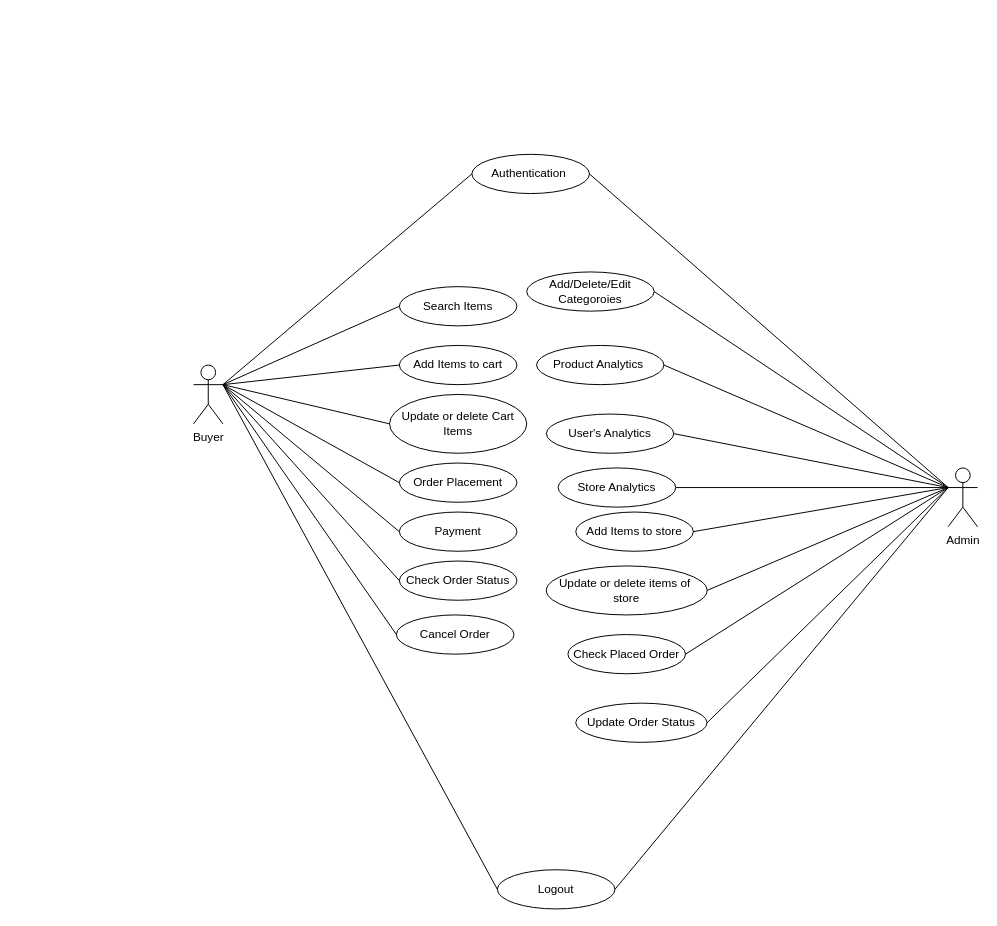
This is diagram/Use Case Diagram.drawio from Dhiraj275/ecommerce-srs, a draw.io file, before an edit. Source tidied: cells renumbered, new cells numbered last; positions are measured from the earlier drawing's top-left corner, leaving out a move shared by most shapes. Both pictures are drawn from the tidied source at 98%, with x=0, y=0 at pixel (193, 154).
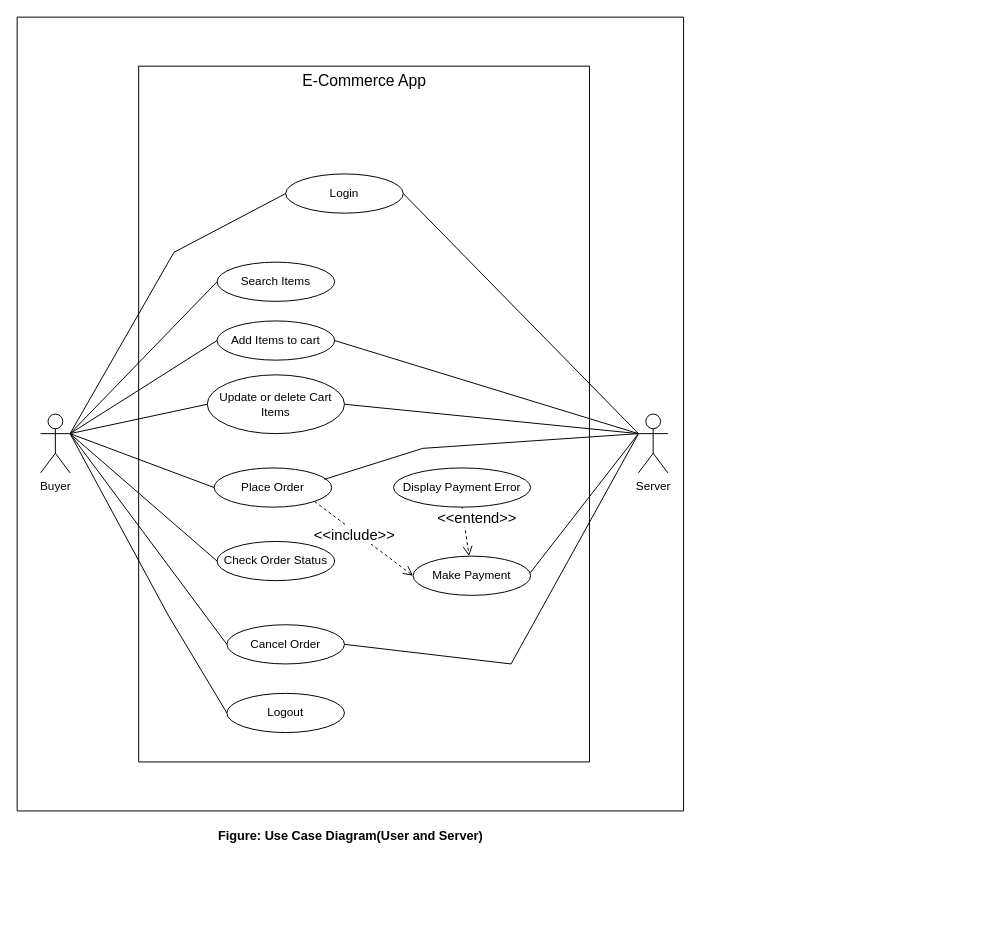
The same diagram, later.

What changed in the source:
```diff
@@
-    <mxCell id="2" value="Buyer" style="shape=umlActor;verticalLabelPosition=bottom;verticalAlign=top;html=1;outlineConnect=0;" parent="1" vertex="1">
-      <mxGeometry y="215" width="30" height="60" as="geometry" />
-    </mxCell>
+    <mxCell id="40" style="swimlane;startSize=0;fontSize=11;" parent="1" vertex="1">
+      <mxGeometry x="-180" y="-140" width="680" height="810" as="geometry" />
+    </mxCell>
+    <mxCell id="41" style="swimlane;startSize=0;" parent="40" vertex="1">
+      <mxGeometry x="124" y="50" width="460" height="710" as="geometry" />
+    </mxCell>
-    <mxCell id="3" value="Add Items to cart" style="ellipse;whiteSpace=wrap;html=1;" parent="1" vertex="1">
-      <mxGeometry x="210" y="195" width="120" height="40" as="geometry" />
+    <mxCell id="3" value="Add Items to cart" style="ellipse;whiteSpace=wrap;html=1;" parent="41" vertex="1">
+      <mxGeometry x="80" y="260" width="120" height="40" as="geometry" />
     </mxCell>
-    <mxCell id="4" value="Update or delete Cart&lt;br&gt;Items" style="ellipse;whiteSpace=wrap;html=1;" parent="1" vertex="1">
-      <mxGeometry x="200" y="245" width="140" height="60" as="geometry" />
+    <mxCell id="4" value="Update or delete Cart&lt;br&gt;Items" style="ellipse;whiteSpace=wrap;html=1;" parent="41" vertex="1">
+      <mxGeometry x="70" y="315" width="140" height="60" as="geometry" />
     </mxCell>
-    <mxCell id="5" value="Order Placement" style="ellipse;whiteSpace=wrap;html=1;" parent="1" vertex="1">
-      <mxGeometry x="210" y="315" width="120" height="40" as="geometry" />
+    <mxCell id="5" value="Place Order" style="ellipse;whiteSpace=wrap;html=1;" parent="41" vertex="1">
+      <mxGeometry x="77" y="410" width="120" height="40" as="geometry" />
     </mxCell>
-    <mxCell id="6" value="Payment" style="ellipse;whiteSpace=wrap;html=1;" parent="1" vertex="1">
-      <mxGeometry x="210" y="365" width="120" height="40" as="geometry" />
+    <mxCell id="6" value="Make Payment" style="ellipse;whiteSpace=wrap;html=1;" parent="41" vertex="1">
+      <mxGeometry x="280" y="500" width="120" height="40" as="geometry" />
     </mxCell>
+    <mxCell id="18" value="Logout" style="ellipse;whiteSpace=wrap;html=1;" parent="41" vertex="1">
+      <mxGeometry x="90" y="640" width="120" height="40" as="geometry" />
+    </mxCell>
+    <mxCell id="20" value="Search Items" style="ellipse;whiteSpace=wrap;html=1;" parent="41" vertex="1">
+      <mxGeometry x="80" y="200" width="120" height="40" as="geometry" />
+    </mxCell>
+    <mxCell id="30" value="Check Order Status" style="ellipse;whiteSpace=wrap;html=1;" parent="41" vertex="1">
+      <mxGeometry x="80" y="485" width="120" height="40" as="geometry" />
+    </mxCell>
+    <mxCell id="33" value="Cancel Order" style="ellipse;whiteSpace=wrap;html=1;" parent="41" vertex="1">
+      <mxGeometry x="90" y="570" width="120" height="40" as="geometry" />
+    </mxCell>
+    <mxCell id="37" value="Login" style="ellipse;whiteSpace=wrap;html=1;" parent="41" vertex="1">
+      <mxGeometry x="150" y="110" width="120" height="40" as="geometry" />
+    </mxCell>
+    <mxCell id="42" value="&lt;font style=&quot;font-size: 16px;&quot;&gt;E-Commerce App&lt;/font&gt;" style="text;html=1;align=center;verticalAlign=middle;strokeColor=none;fillColor=none;" parent="41" vertex="1">
+      <mxGeometry x="155" width="150" height="30" as="geometry" />
+    </mxCell>
+    <mxCell id="43" value="&lt;font style=&quot;font-size: 15px;&quot;&gt;&amp;lt;&amp;lt;include&amp;gt;&amp;gt;&lt;/font&gt;" style="html=1;verticalAlign=bottom;endArrow=open;dashed=1;endSize=8;rounded=0;fontSize=16;exitX=1;exitY=1;exitDx=0;exitDy=0;entryX=0;entryY=0.5;entryDx=0;entryDy=0;" parent="41" edge="1" source="5" target="6">
+      <mxGeometry x="-0.04" y="-12" relative="1" as="geometry" />
+    </mxCell>
+    <mxCell id="44" value="Display Payment Error" style="ellipse;whiteSpace=wrap;html=1;" parent="41" vertex="1">
+      <mxGeometry x="260" y="410" width="140" height="40" as="geometry" />
+    </mxCell>
+    <mxCell id="45" value="&lt;font style=&quot;font-size: 15px;&quot;&gt;&amp;lt;&amp;lt;entend&amp;gt;&amp;gt;&lt;/font&gt;" style="html=1;verticalAlign=bottom;endArrow=open;dashed=1;endSize=8;rounded=0;fontSize=16;exitX=0.5;exitY=1;exitDx=0;exitDy=0;" parent="41" edge="1" source="44" target="6">
+      <mxGeometry y="12" relative="1" as="geometry" />
+    </mxCell>
+    <mxCell id="46" style="endArrow=none;html=1;rounded=0;fontSize=15;entryX=1;entryY=0.5;entryDx=0;entryDy=0;exitX=0;exitY=0.3333333333333333;exitDx=0;exitDy=0;exitPerimeter=0;" parent="40" edge="1" source="52" target="37">
+      <mxGeometry relative="1" as="geometry" />
+    </mxCell>
+    <mxCell id="47" style="endArrow=none;html=1;rounded=0;fontSize=15;entryX=0.938;entryY=0.29;entryDx=0;entryDy=0;entryPerimeter=0;exitX=0;exitY=0.3333333333333333;exitDx=0;exitDy=0;exitPerimeter=0;" parent="40" edge="1" source="52" target="5">
+      <mxGeometry relative="1" as="geometry">
+        <Array as="points">
+          <mxPoint x="414" y="440" />
+        </Array>
+      </mxGeometry>
+    </mxCell>
+    <mxCell id="48" style="endArrow=none;html=1;rounded=0;fontSize=15;entryX=0.997;entryY=0.422;entryDx=0;entryDy=0;exitX=0;exitY=0.3333333333333333;exitDx=0;exitDy=0;exitPerimeter=0;entryPerimeter=0;" parent="40" edge="1" source="52" target="6">
+      <mxGeometry relative="1" as="geometry" />
+    </mxCell>
+    <mxCell id="49" style="endArrow=none;html=1;rounded=0;fontSize=15;entryX=1;entryY=0.5;entryDx=0;entryDy=0;exitX=0;exitY=0.3333333333333333;exitDx=0;exitDy=0;exitPerimeter=0;" parent="40" edge="1" source="52" target="4">
+      <mxGeometry relative="1" as="geometry" />
+    </mxCell>
+    <mxCell id="50" style="endArrow=none;html=1;rounded=0;fontSize=15;entryX=1;entryY=0.5;entryDx=0;entryDy=0;exitX=0;exitY=0.3333333333333333;exitDx=0;exitDy=0;exitPerimeter=0;" parent="40" edge="1" source="52" target="3">
+      <mxGeometry relative="1" as="geometry" />
+    </mxCell>
+    <mxCell id="51" style="endArrow=none;html=1;rounded=0;fontSize=15;entryX=1;entryY=0.5;entryDx=0;entryDy=0;exitX=0;exitY=0.3333333333333333;exitDx=0;exitDy=0;exitPerimeter=0;" parent="40" edge="1" source="52" target="33">
+      <mxGeometry relative="1" as="geometry">
+        <Array as="points">
+          <mxPoint x="504" y="660" />
+        </Array>
+      </mxGeometry>
+    </mxCell>
+    <mxCell id="52" value="Server" style="shape=umlActor;verticalLabelPosition=bottom;verticalAlign=top;html=1;outlineConnect=0;" parent="40" vertex="1">
+      <mxGeometry x="634" y="405" width="30" height="60" as="geometry" />
+    </mxCell>
+    <mxCell id="2" value="Buyer" style="shape=umlActor;verticalLabelPosition=bottom;verticalAlign=top;html=1;outlineConnect=0;" parent="40" vertex="1">
+      <mxGeometry x="24" y="405" width="30" height="60" as="geometry" />
+    </mxCell>
+    <mxCell id="38" style="endArrow=none;html=1;rounded=0;entryX=0;entryY=0.5;entryDx=0;entryDy=0;exitX=1;exitY=0.3333333333333333;exitDx=0;exitDy=0;exitPerimeter=0;" parent="40" edge="1" source="2" target="37">
+      <mxGeometry relative="1" as="geometry">
+        <Array as="points">
+          <mxPoint x="160" y="240" />
+        </Array>
+      </mxGeometry>
+    </mxCell>
-    <mxCell id="7" style="endArrow=none;html=1;rounded=0;entryX=0;entryY=0.5;entryDx=0;entryDy=0;exitX=1;exitY=0.3333333333333333;exitDx=0;exitDy=0;exitPerimeter=0;" parent="1" edge="1" source="2" target="3">
+    <mxCell id="7" style="endArrow=none;html=1;rounded=0;entryX=0;entryY=0.5;entryDx=0;entryDy=0;exitX=1;exitY=0.3333333333333333;exitDx=0;exitDy=0;exitPerimeter=0;" parent="40" edge="1" source="2" target="3">
       <mxGeometry relative="1" as="geometry" />
     </mxCell>
-    <mxCell id="8" style="endArrow=none;html=1;rounded=0;entryX=0;entryY=0.5;entryDx=0;entryDy=0;exitX=1;exitY=0.3333333333333333;exitDx=0;exitDy=0;exitPerimeter=0;" parent="1" edge="1" source="2" target="4">
+    <mxCell id="8" style="endArrow=none;html=1;rounded=0;entryX=0;entryY=0.5;entryDx=0;entryDy=0;exitX=1;exitY=0.3333333333333333;exitDx=0;exitDy=0;exitPerimeter=0;" parent="40" edge="1" source="2" target="4">
       <mxGeometry relative="1" as="geometry" />
     </mxCell>
-    <mxCell id="9" style="endArrow=none;html=1;rounded=0;entryX=0;entryY=0.5;entryDx=0;entryDy=0;exitX=1;exitY=0.3333333333333333;exitDx=0;exitDy=0;exitPerimeter=0;" parent="1" edge="1" source="2" target="5">
+    <mxCell id="9" style="endArrow=none;html=1;rounded=0;entryX=0;entryY=0.5;entryDx=0;entryDy=0;exitX=1;exitY=0.3333333333333333;exitDx=0;exitDy=0;exitPerimeter=0;" parent="40" edge="1" source="2" target="5">
       <mxGeometry relative="1" as="geometry" />
     </mxCell>
-    <mxCell id="10" style="endArrow=none;html=1;rounded=0;entryX=0;entryY=0.5;entryDx=0;entryDy=0;exitX=1;exitY=0.3333333333333333;exitDx=0;exitDy=0;exitPerimeter=0;" parent="1" edge="1" source="2" target="6">
-      <mxGeometry relative="1" as="geometry" />
-    </mxCell>
-    <mxCell id="11" value="Add Items to store" style="ellipse;whiteSpace=wrap;html=1;" parent="1" vertex="1">
-      <mxGeometry x="390" y="365" width="120" height="40" as="geometry" />
-    </mxCell>
-    <mxCell id="12" value="Update or delete items of&amp;nbsp; store" style="ellipse;whiteSpace=wrap;html=1;" parent="1" vertex="1">
-      <mxGeometry x="360" y="420" width="164" height="50" as="geometry" />
-    </mxCell>
-    <mxCell id="13" value="Check Placed Order" style="ellipse;whiteSpace=wrap;html=1;" parent="1" vertex="1">
-      <mxGeometry x="382" y="490" width="120" height="40" as="geometry" />
-    </mxCell>
-    <mxCell id="14" value="Update Order Status" style="ellipse;whiteSpace=wrap;html=1;" parent="1" vertex="1">
-      <mxGeometry x="390" y="560" width="134" height="40" as="geometry" />
-    </mxCell>
-    <mxCell id="15" style="endArrow=none;html=1;rounded=0;entryX=1;entryY=0.5;entryDx=0;entryDy=0;exitX=0;exitY=0.3333333333333333;exitDx=0;exitDy=0;exitPerimeter=0;" parent="1" edge="1" source="24" target="11">
-      <mxGeometry relative="1" as="geometry" />
-    </mxCell>
-    <mxCell id="16" style="endArrow=none;html=1;rounded=0;exitX=0;exitY=0.3333333333333333;exitDx=0;exitDy=0;exitPerimeter=0;entryX=1;entryY=0.5;entryDx=0;entryDy=0;" parent="1" edge="1" source="24" target="12">
-      <mxGeometry relative="1" as="geometry" />
-    </mxCell>
-    <mxCell id="17" style="endArrow=none;html=1;rounded=0;entryX=1;entryY=0.5;entryDx=0;entryDy=0;exitX=0;exitY=0.3333333333333333;exitDx=0;exitDy=0;exitPerimeter=0;" parent="1" edge="1" source="24" target="13">
-      <mxGeometry relative="1" as="geometry" />
-    </mxCell>
-    <mxCell id="18" value="Logout" style="ellipse;whiteSpace=wrap;html=1;" parent="1" vertex="1">
-      <mxGeometry x="310" y="730" width="120" height="40" as="geometry" />
-    </mxCell>
-    <mxCell id="19" style="endArrow=none;html=1;rounded=0;entryX=0;entryY=0.5;entryDx=0;entryDy=0;exitX=1;exitY=0.3333333333333333;exitDx=0;exitDy=0;exitPerimeter=0;" parent="1" edge="1" source="2" target="18">
-      <mxGeometry relative="1" as="geometry" />
+    <mxCell id="19" style="endArrow=none;html=1;rounded=0;entryX=0;entryY=0.5;entryDx=0;entryDy=0;exitX=1;exitY=0.3333333333333333;exitDx=0;exitDy=0;exitPerimeter=0;" parent="40" edge="1" source="2" target="18">
+      <mxGeometry relative="1" as="geometry">
+        <Array as="points">
+          <mxPoint x="154" y="610" />
+        </Array>
+      </mxGeometry>
     </mxCell>
-    <mxCell id="20" value="Search Items" style="ellipse;whiteSpace=wrap;html=1;" parent="1" vertex="1">
-      <mxGeometry x="210" y="135" width="120" height="40" as="geometry" />
-    </mxCell>
-    <mxCell id="21" style="endArrow=none;html=1;rounded=0;entryX=0;entryY=0.5;entryDx=0;entryDy=0;exitX=1;exitY=0.3333333333333333;exitDx=0;exitDy=0;exitPerimeter=0;" parent="1" edge="1" source="2" target="20">
+    <mxCell id="21" style="endArrow=none;html=1;rounded=0;entryX=0;entryY=0.5;entryDx=0;entryDy=0;exitX=1;exitY=0.3333333333333333;exitDx=0;exitDy=0;exitPerimeter=0;" parent="40" edge="1" source="2" target="20">
       <mxGeometry relative="1" as="geometry" />
     </mxCell>
-    <mxCell id="22" value="Store Analytics" style="ellipse;whiteSpace=wrap;html=1;" parent="1" vertex="1">
-      <mxGeometry x="372" y="320" width="120" height="40" as="geometry" />
-    </mxCell>
-    <mxCell id="23" style="endArrow=none;html=1;rounded=0;entryX=1;entryY=0.5;entryDx=0;entryDy=0;exitX=0;exitY=0.3333333333333333;exitDx=0;exitDy=0;exitPerimeter=0;" parent="1" edge="1" source="24" target="22">
-      <mxGeometry relative="1" as="geometry" />
-    </mxCell>
-    <mxCell id="24" value="Admin" style="shape=umlActor;verticalLabelPosition=bottom;verticalAlign=top;html=1;outlineConnect=0;" parent="1" vertex="1">
-      <mxGeometry x="770" y="320" width="30" height="60" as="geometry" />
-    </mxCell>
-    <mxCell id="25" value="Add/Delete/Edit Categoroies" style="ellipse;whiteSpace=wrap;html=1;" parent="1" vertex="1">
-      <mxGeometry x="340" y="120" width="130" height="40" as="geometry" />
-    </mxCell>
-    <mxCell id="26" value="Product Analytics&amp;nbsp;" style="ellipse;whiteSpace=wrap;html=1;" parent="1" vertex="1">
-      <mxGeometry x="350" y="195" width="130" height="40" as="geometry" />
-    </mxCell>
-    <mxCell id="27" value="User's Analytics" style="ellipse;whiteSpace=wrap;html=1;" parent="1" vertex="1">
-      <mxGeometry x="360" y="265" width="130" height="40" as="geometry" />
-    </mxCell>
-    <mxCell id="28" style="endArrow=none;html=1;rounded=0;exitX=1;exitY=0.5;exitDx=0;exitDy=0;entryX=0;entryY=0.3333333333333333;entryDx=0;entryDy=0;entryPerimeter=0;" parent="1" edge="1" source="27" target="24">
-      <mxGeometry relative="1" as="geometry" />
-    </mxCell>
-    <mxCell id="29" style="endArrow=none;html=1;rounded=0;exitX=1;exitY=0.5;exitDx=0;exitDy=0;entryX=0;entryY=0.3333333333333333;entryDx=0;entryDy=0;entryPerimeter=0;" parent="1" edge="1" source="25" target="24">
-      <mxGeometry relative="1" as="geometry" />
-    </mxCell>
-    <mxCell id="30" value="Check Order Status" style="ellipse;whiteSpace=wrap;html=1;" parent="1" vertex="1">
-      <mxGeometry x="210" y="415" width="120" height="40" as="geometry" />
-    </mxCell>
-    <mxCell id="31" style="endArrow=none;html=1;rounded=0;entryX=0;entryY=0.5;entryDx=0;entryDy=0;exitX=1;exitY=0.3333333333333333;exitDx=0;exitDy=0;exitPerimeter=0;" parent="1" edge="1" source="2" target="30">
+    <mxCell id="31" style="endArrow=none;html=1;rounded=0;entryX=0;entryY=0.5;entryDx=0;entryDy=0;exitX=1;exitY=0.3333333333333333;exitDx=0;exitDy=0;exitPerimeter=0;" parent="40" edge="1" source="2" target="30">
       <mxGeometry relative="1" as="geometry" />
     </mxCell>
-    <mxCell id="32" style="endArrow=none;html=1;rounded=0;entryX=1;entryY=0.5;entryDx=0;entryDy=0;exitX=0;exitY=0.3333333333333333;exitDx=0;exitDy=0;exitPerimeter=0;" parent="1" edge="1" source="24" target="18">
-      <mxGeometry relative="1" as="geometry" />
-    </mxCell>
-    <mxCell id="33" value="Cancel Order" style="ellipse;whiteSpace=wrap;html=1;" parent="1" vertex="1">
-      <mxGeometry x="207" y="470" width="120" height="40" as="geometry" />
-    </mxCell>
-    <mxCell id="34" style="endArrow=none;html=1;rounded=0;entryX=0;entryY=0.5;entryDx=0;entryDy=0;exitX=1;exitY=0.3333333333333333;exitDx=0;exitDy=0;exitPerimeter=0;" parent="1" edge="1" source="2" target="33">
+    <mxCell id="34" style="endArrow=none;html=1;rounded=0;entryX=0;entryY=0.5;entryDx=0;entryDy=0;exitX=1;exitY=0.3333333333333333;exitDx=0;exitDy=0;exitPerimeter=0;" parent="40" edge="1" source="2" target="33">
       <mxGeometry relative="1" as="geometry" />
     </mxCell>
-    <mxCell id="35" style="endArrow=none;html=1;rounded=0;entryX=1;entryY=0.5;entryDx=0;entryDy=0;exitX=0;exitY=0.3333333333333333;exitDx=0;exitDy=0;exitPerimeter=0;" parent="1" edge="1" source="24" target="14">
-      <mxGeometry relative="1" as="geometry" />
-    </mxCell>
-    <mxCell id="36" style="endArrow=none;html=1;rounded=0;entryX=1;entryY=0.5;entryDx=0;entryDy=0;exitX=0;exitY=0.3333333333333333;exitDx=0;exitDy=0;exitPerimeter=0;" parent="1" edge="1" source="24" target="26">
-      <mxGeometry relative="1" as="geometry" />
-    </mxCell>
-    <mxCell id="37" value="Authentication&amp;nbsp;" style="ellipse;whiteSpace=wrap;html=1;" parent="1" vertex="1">
-      <mxGeometry x="284" width="120" height="40" as="geometry" />
-    </mxCell>
-    <mxCell id="38" style="endArrow=none;html=1;rounded=0;entryX=0;entryY=0.5;entryDx=0;entryDy=0;exitX=1;exitY=0.3333333333333333;exitDx=0;exitDy=0;exitPerimeter=0;" parent="1" edge="1" source="2" target="37">
-      <mxGeometry relative="1" as="geometry" />
-    </mxCell>
-    <mxCell id="39" style="endArrow=none;html=1;rounded=0;entryX=1;entryY=0.5;entryDx=0;entryDy=0;exitX=0;exitY=0.3333333333333333;exitDx=0;exitDy=0;exitPerimeter=0;" parent="1" edge="1" source="24" target="37">
-      <mxGeometry relative="1" as="geometry" />
-    </mxCell>
+    <mxCell id="53" value="&lt;font style=&quot;font-size: 13px;&quot;&gt;&lt;b&gt;Figure: Use Case Diagram(User and Server)&lt;/b&gt;&lt;/font&gt;" style="text;html=1;align=center;verticalAlign=middle;strokeColor=none;fillColor=none;fontSize=11;" parent="1" vertex="1">
+      <mxGeometry x="15" y="680" width="290" height="30" as="geometry" />
+    </mxCell>
```
